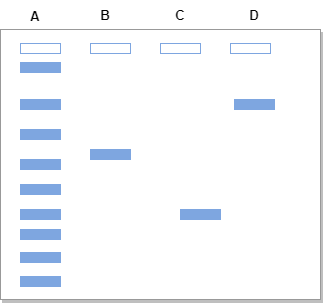
Before: experiment/simulation/images/outputgel.png, a diagram exported from draw.io (virtual-labs/exp-dna-agarose-gel-electrophoresis-iitkgp). Source tidied: cells renumbered, new cells last; positions are measured from the earlier drawing's top-left corner, leaving out a move shared by most shapes.
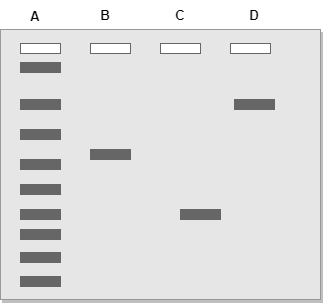
The same file after the commit.

Diff of the diagram source:
```diff
@@ -2,55 +2,55 @@
   <root>
     <mxCell id="0" />
     <mxCell id="1" parent="0" />
-    <mxCell id="2" style="rounded=0;whiteSpace=wrap;html=1;strokeColor=#999999;glass=0;shadow=1;rotation=0;" parent="1" vertex="1">
+    <mxCell id="2" style="rounded=0;whiteSpace=wrap;html=1;strokeColor=#999999;glass=0;shadow=1;rotation=0;fillColor=#E6E6E6;" parent="1" vertex="1">
       <mxGeometry y="29" width="320" height="270" as="geometry" />
     </mxCell>
-    <mxCell id="3" style="rounded=0;whiteSpace=wrap;html=1;fillColor=#FFFFFF;strokeColor=#7EA6E0;" parent="1" vertex="1">
+    <mxCell id="3" style="rounded=0;whiteSpace=wrap;html=1;fillColor=#FFFFFF;strokeColor=#666666;" parent="1" vertex="1">
       <mxGeometry x="20" y="43" width="40" height="10" as="geometry" />
     </mxCell>
-    <mxCell id="4" style="rounded=0;whiteSpace=wrap;html=1;fillColor=#FFFFFF;strokeColor=#7EA6E0;" parent="1" vertex="1">
+    <mxCell id="4" style="rounded=0;whiteSpace=wrap;html=1;fillColor=#FFFFFF;strokeColor=#666666;" parent="1" vertex="1">
       <mxGeometry x="90" y="43" width="40" height="10" as="geometry" />
     </mxCell>
-    <mxCell id="5" style="rounded=0;whiteSpace=wrap;html=1;fillColor=#FFFFFF;strokeColor=#7EA6E0;" parent="1" vertex="1">
+    <mxCell id="5" style="rounded=0;whiteSpace=wrap;html=1;fillColor=#FFFFFF;strokeColor=#666666;" parent="1" vertex="1">
       <mxGeometry x="160" y="43" width="40" height="10" as="geometry" />
     </mxCell>
-    <mxCell id="6" style="rounded=0;whiteSpace=wrap;html=1;fillColor=#FFFFFF;strokeColor=#7EA6E0;" parent="1" vertex="1">
+    <mxCell id="6" style="rounded=0;whiteSpace=wrap;html=1;fillColor=#FFFFFF;strokeColor=#666666;" parent="1" vertex="1">
       <mxGeometry x="230" y="43" width="40" height="10" as="geometry" />
     </mxCell>
-    <mxCell id="7" style="rounded=0;whiteSpace=wrap;html=1;fillColor=#7EA6E0;strokeColor=#7EA6E0;" parent="1" vertex="1">
+    <mxCell id="7" style="rounded=0;whiteSpace=wrap;html=1;fillColor=#666666;strokeColor=#666666;" parent="1" vertex="1">
       <mxGeometry x="20" y="62" width="40" height="10" as="geometry" />
     </mxCell>
-    <mxCell id="8" style="rounded=0;whiteSpace=wrap;html=1;fillColor=#7EA6E0;strokeColor=#7EA6E0;" parent="1" vertex="1">
+    <mxCell id="8" style="rounded=0;whiteSpace=wrap;html=1;fillColor=#666666;strokeColor=#666666;" parent="1" vertex="1">
       <mxGeometry x="20" y="99" width="40" height="10" as="geometry" />
     </mxCell>
-    <mxCell id="9" style="rounded=0;whiteSpace=wrap;html=1;fillColor=#7EA6E0;strokeColor=#7EA6E0;" parent="1" vertex="1">
+    <mxCell id="9" style="rounded=0;whiteSpace=wrap;html=1;fillColor=#666666;strokeColor=#666666;" parent="1" vertex="1">
       <mxGeometry x="20" y="129" width="40" height="10" as="geometry" />
     </mxCell>
-    <mxCell id="10" style="rounded=0;whiteSpace=wrap;html=1;fillColor=#7EA6E0;strokeColor=#7EA6E0;" parent="1" vertex="1">
+    <mxCell id="10" style="rounded=0;whiteSpace=wrap;html=1;fillColor=#666666;strokeColor=#666666;" parent="1" vertex="1">
       <mxGeometry x="20" y="159" width="40" height="10" as="geometry" />
     </mxCell>
-    <mxCell id="11" style="rounded=0;whiteSpace=wrap;html=1;fillColor=#7EA6E0;strokeColor=#7EA6E0;" parent="1" vertex="1">
+    <mxCell id="11" style="rounded=0;whiteSpace=wrap;html=1;fillColor=#666666;strokeColor=#666666;" parent="1" vertex="1">
       <mxGeometry x="20" y="184" width="40" height="10" as="geometry" />
     </mxCell>
-    <mxCell id="12" style="rounded=0;whiteSpace=wrap;html=1;fillColor=#7EA6E0;strokeColor=#7EA6E0;" parent="1" vertex="1">
+    <mxCell id="12" style="rounded=0;whiteSpace=wrap;html=1;fillColor=#666666;strokeColor=#666666;" parent="1" vertex="1">
       <mxGeometry x="20" y="209" width="40" height="10" as="geometry" />
     </mxCell>
-    <mxCell id="13" style="rounded=0;whiteSpace=wrap;html=1;fillColor=#7EA6E0;strokeColor=#7EA6E0;" parent="1" vertex="1">
+    <mxCell id="13" style="rounded=0;whiteSpace=wrap;html=1;fillColor=#666666;strokeColor=#666666;" parent="1" vertex="1">
       <mxGeometry x="90" y="149" width="40" height="10" as="geometry" />
     </mxCell>
-    <mxCell id="14" style="rounded=0;whiteSpace=wrap;html=1;fillColor=#7EA6E0;strokeColor=#7EA6E0;" parent="1" vertex="1">
+    <mxCell id="14" style="rounded=0;whiteSpace=wrap;html=1;fillColor=#666666;strokeColor=#666666;" parent="1" vertex="1">
       <mxGeometry x="180" y="209" width="40" height="10" as="geometry" />
     </mxCell>
-    <mxCell id="15" style="rounded=0;whiteSpace=wrap;html=1;fillColor=#7EA6E0;strokeColor=#7EA6E0;" parent="1" vertex="1">
+    <mxCell id="15" style="rounded=0;whiteSpace=wrap;html=1;fillColor=#666666;strokeColor=#666666;" parent="1" vertex="1">
       <mxGeometry x="234" y="99" width="40" height="10" as="geometry" />
     </mxCell>
-    <mxCell id="16" style="rounded=0;whiteSpace=wrap;html=1;fillColor=#7EA6E0;strokeColor=#7EA6E0;" parent="1" vertex="1">
+    <mxCell id="16" style="rounded=0;whiteSpace=wrap;html=1;fillColor=#666666;strokeColor=#666666;" parent="1" vertex="1">
       <mxGeometry x="20" y="229" width="40" height="10" as="geometry" />
     </mxCell>
-    <mxCell id="17" style="rounded=0;whiteSpace=wrap;html=1;fillColor=#7EA6E0;strokeColor=#7EA6E0;" parent="1" vertex="1">
+    <mxCell id="17" style="rounded=0;whiteSpace=wrap;html=1;fillColor=#666666;strokeColor=#666666;" parent="1" vertex="1">
       <mxGeometry x="20" y="252" width="40" height="10" as="geometry" />
     </mxCell>
-    <mxCell id="18" style="rounded=0;whiteSpace=wrap;html=1;fillColor=#7EA6E0;strokeColor=#7EA6E0;" parent="1" vertex="1">
+    <mxCell id="18" style="rounded=0;whiteSpace=wrap;html=1;fillColor=#666666;strokeColor=#666666;" parent="1" vertex="1">
       <mxGeometry x="20" y="276" width="40" height="10" as="geometry" />
     </mxCell>
     <mxCell id="19" value="A" style="text;html=1;strokeColor=none;fillColor=none;align=center;verticalAlign=middle;whiteSpace=wrap;rounded=0;fontStyle=1;fontSize=13;" parent="1" vertex="1">
```
